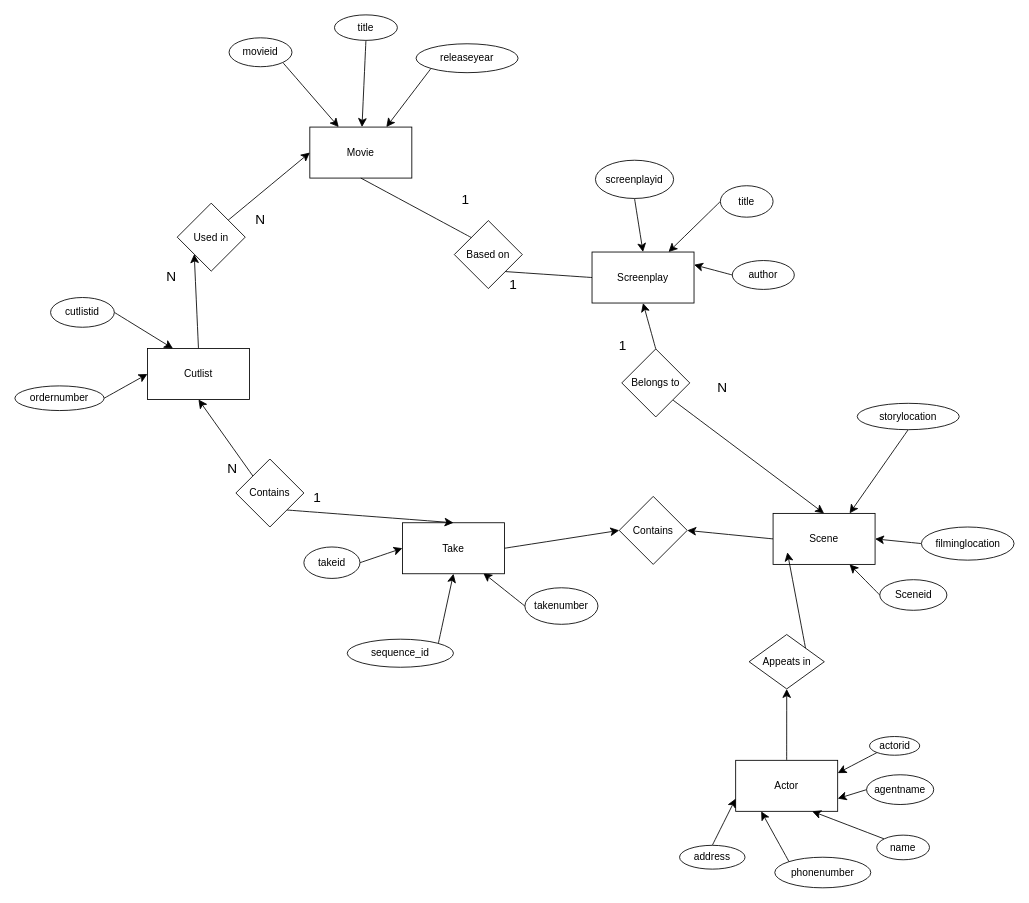
This is ER-1.drawio from Hybried8/3005, a draw.io file, before an edit. Source tidied: cells renumbered, new cells numbered last; positions are measured from the earlier drawing's top-left corner, leaving out a move shared by most shapes. Both pictures are drawn from the tidied source at 85%, with x=0, y=0 at pixel (14, 14).
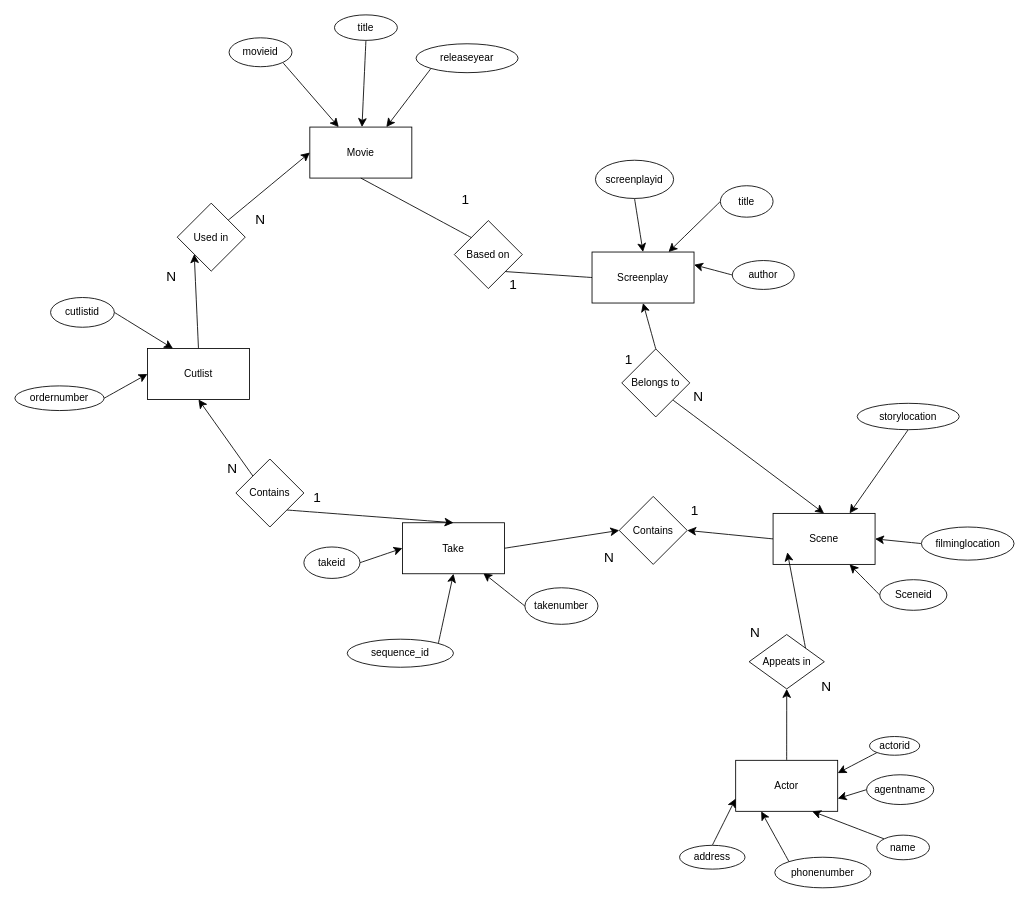
The same page after the edit.

Diff of the diagram source:
```diff
@@
     <mxCell id="56" value="N" style="text;html=1;align=center;verticalAlign=middle;strokeColor=none;fillColor=none;fontSize=16;" parent="1" vertex="1">
-      <mxGeometry x="816.5" y="422.5" width="30" height="31" as="geometry" />
+      <mxGeometry x="789" y="433" width="30" height="31" as="geometry" />
     </mxCell>
     <mxCell id="57" value="1" style="text;html=1;align=center;verticalAlign=middle;strokeColor=none;fillColor=none;fontSize=16;" parent="1" vertex="1">
-      <mxGeometry x="701" y="373" width="27" height="31" as="geometry" />
+      <mxGeometry x="708" y="389" width="27" height="31" as="geometry" />
     </mxCell>
@@
+    <mxCell id="72" value="1" style="text;html=1;align=center;verticalAlign=middle;whiteSpace=wrap;rounded=0;fontSize=16;" parent="1" vertex="1">
+      <mxGeometry x="770" y="567.5" width="60" height="30" as="geometry" />
+    </mxCell>
+    <mxCell id="73" value="N" style="text;html=1;align=center;verticalAlign=middle;strokeColor=none;fillColor=none;fontSize=16;" parent="1" vertex="1">
+      <mxGeometry x="684" y="622" width="30" height="31" as="geometry" />
+    </mxCell>
+    <mxCell id="74" value="N" style="text;html=1;align=center;verticalAlign=middle;whiteSpace=wrap;rounded=0;fontSize=16;" parent="1" vertex="1">
+      <mxGeometry x="925" y="775" width="60" height="30" as="geometry" />
+    </mxCell>
+    <mxCell id="75" value="N" style="text;html=1;align=center;verticalAlign=middle;whiteSpace=wrap;rounded=0;fontSize=16;" parent="1" vertex="1">
+      <mxGeometry x="841" y="711" width="60" height="30" as="geometry" />
+    </mxCell>
```
